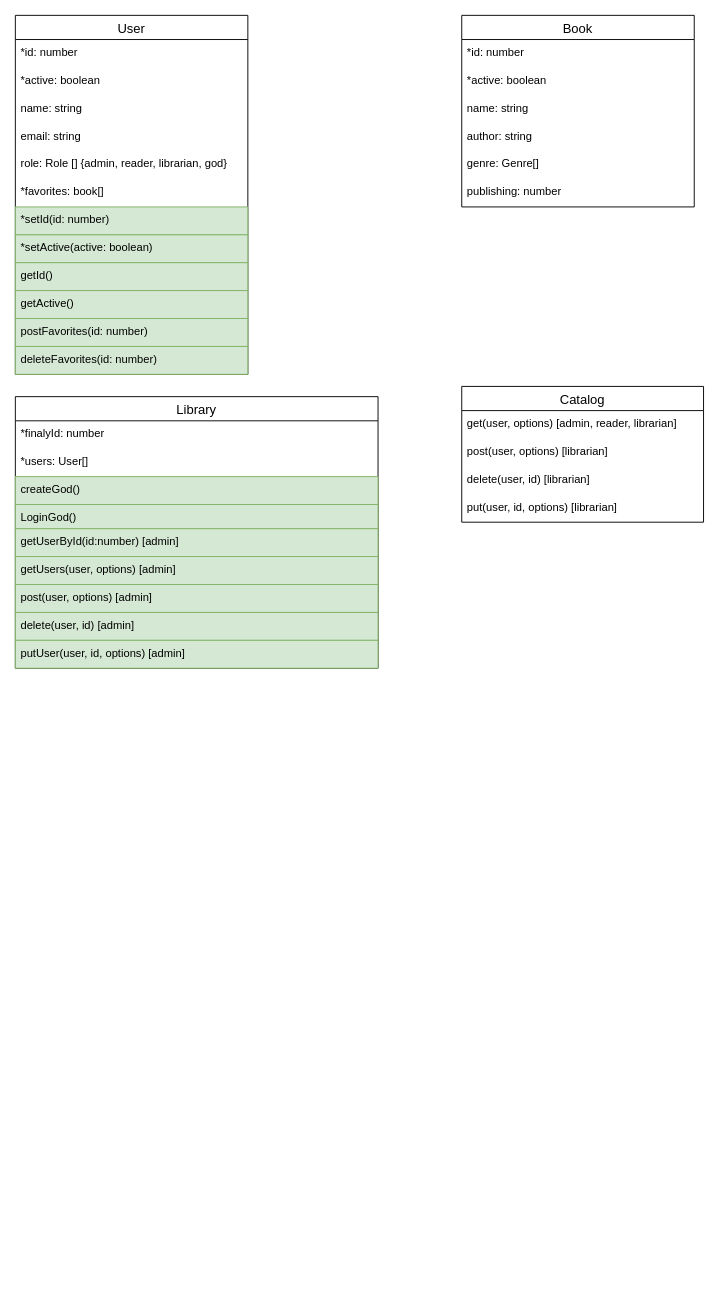
dsdred/MHHomeWork keeps this draw.io diagram as TS/Final/src/librarySchema.drawio. Above is the earlier version. Source tidied: cells renumbered, new cells numbered last; positions are measured from the earlier drawing's top-left corner, leaving out a move shared by most shapes. Both pictures are drawn from the tidied source at 93%, with x=0, y=0 at pixel (15, 15).
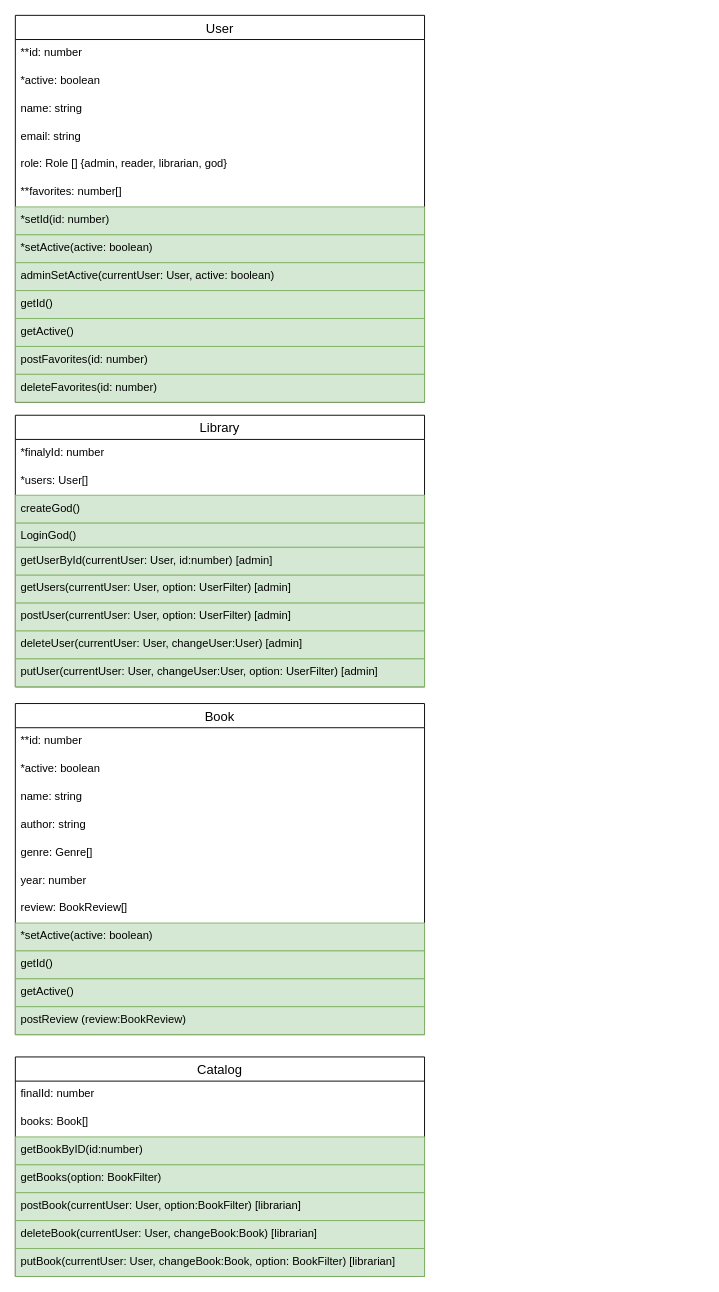
The same page after the edit.

Diff of the diagram source:
```diff
@@
     <mxCell id="2" value="User" style="swimlane;fontStyle=0;horizontal=1;startSize=26;align=center;fontSize=14;" parent="1" vertex="1">
-      <mxGeometry width="250" height="386" as="geometry" />
+      <mxGeometry width="440" height="416" as="geometry" />
     </mxCell>
-    <mxCell id="3" value="*id: number" style="text;strokeColor=none;fillColor=none;spacingLeft=4;spacingRight=4;overflow=hidden;fontSize=12;" parent="2" vertex="1">
-      <mxGeometry y="26" width="250" height="30" as="geometry" />
+    <mxCell id="3" value="**id: number" style="text;strokeColor=none;fillColor=none;spacingLeft=4;spacingRight=4;overflow=hidden;fontSize=12;" parent="2" vertex="1">
+      <mxGeometry y="26" width="440" height="30" as="geometry" />
     </mxCell>
     <mxCell id="4" value="*active: boolean" style="text;strokeColor=none;fillColor=none;spacingLeft=4;spacingRight=4;overflow=hidden;fontSize=12;" parent="2" vertex="1">
-      <mxGeometry y="56" width="250" height="30" as="geometry" />
+      <mxGeometry y="56" width="440" height="30" as="geometry" />
     </mxCell>
     <mxCell id="5" value="name: string" style="text;strokeColor=none;fillColor=none;spacingLeft=4;spacingRight=4;overflow=hidden;fontSize=12;" parent="2" vertex="1">
-      <mxGeometry y="86" width="250" height="30" as="geometry" />
+      <mxGeometry y="86" width="440" height="30" as="geometry" />
     </mxCell>
     <mxCell id="6" value="email: string" style="text;strokeColor=none;fillColor=none;spacingLeft=4;spacingRight=4;overflow=hidden;fontSize=12;" parent="2" vertex="1">
-      <mxGeometry y="116" width="250" height="30" as="geometry" />
+      <mxGeometry y="116" width="440" height="30" as="geometry" />
     </mxCell>
     <mxCell id="7" value="role: Role [] {admin, reader, librarian, god}" style="text;strokeColor=none;fillColor=none;spacingLeft=4;spacingRight=4;overflow=hidden;fontSize=12;" parent="2" vertex="1">
-      <mxGeometry y="146" width="250" height="30" as="geometry" />
+      <mxGeometry y="146" width="440" height="30" as="geometry" />
     </mxCell>
-    <mxCell id="8" value="*favorites: book[]" style="text;strokeColor=none;fillColor=none;spacingLeft=4;spacingRight=4;overflow=hidden;fontSize=12;" parent="2" vertex="1">
-      <mxGeometry y="176" width="250" height="30" as="geometry" />
+    <mxCell id="8" value="**favorites: number[]" style="text;strokeColor=none;fillColor=none;spacingLeft=4;spacingRight=4;overflow=hidden;fontSize=12;" parent="2" vertex="1">
+      <mxGeometry y="176" width="440" height="30" as="geometry" />
     </mxCell>
     <mxCell id="9" value="*setId(id: number)" style="text;strokeColor=#82b366;fillColor=#d5e8d4;spacingLeft=4;spacingRight=4;overflow=hidden;fontSize=12;" parent="2" vertex="1">
-      <mxGeometry y="206" width="250" height="30" as="geometry" />
+      <mxGeometry y="206" width="440" height="30" as="geometry" />
     </mxCell>
     <mxCell id="10" value="*setActive(active: boolean)" style="text;strokeColor=#82b366;fillColor=#d5e8d4;spacingLeft=4;spacingRight=4;overflow=hidden;fontSize=12;" parent="2" vertex="1">
-      <mxGeometry y="236" width="250" height="30" as="geometry" />
+      <mxGeometry y="236" width="440" height="30" as="geometry" />
     </mxCell>
+    <mxCell id="37" value="adminSetActive(currentUser: User, active: boolean)" style="text;strokeColor=#82b366;fillColor=#d5e8d4;spacingLeft=4;spacingRight=4;overflow=hidden;fontSize=12;" parent="2" vertex="1">
+      <mxGeometry y="266" width="440" height="30" as="geometry" />
+    </mxCell>
     <mxCell id="11" value="getId()" style="text;strokeColor=#82b366;fillColor=#d5e8d4;spacingLeft=4;spacingRight=4;overflow=hidden;fontSize=12;" parent="2" vertex="1">
-      <mxGeometry y="266" width="250" height="30" as="geometry" />
+      <mxGeometry y="296" width="440" height="30" as="geometry" />
     </mxCell>
     <mxCell id="12" value="getActive()" style="text;strokeColor=#82b366;fillColor=#d5e8d4;spacingLeft=4;spacingRight=4;overflow=hidden;fontSize=12;" parent="2" vertex="1">
-      <mxGeometry y="296" width="250" height="30" as="geometry" />
+      <mxGeometry y="326" width="440" height="30" as="geometry" />
     </mxCell>
     <mxCell id="13" value="postFavorites(id: number)" style="text;strokeColor=#82b366;fillColor=#d5e8d4;spacingLeft=4;spacingRight=4;overflow=hidden;fontSize=12;" parent="2" vertex="1">
-      <mxGeometry y="326" width="250" height="30" as="geometry" />
+      <mxGeometry y="356" width="440" height="30" as="geometry" />
     </mxCell>
     <mxCell id="14" value="deleteFavorites(id: number)" style="text;strokeColor=#82b366;fillColor=#d5e8d4;spacingLeft=4;spacingRight=4;overflow=hidden;fontSize=12;" parent="2" vertex="1">
-      <mxGeometry y="356" width="250" height="30" as="geometry" />
+      <mxGeometry y="386" width="440" height="30" as="geometry" />
     </mxCell>
     <mxCell id="15" value="Library" style="swimlane;fontStyle=0;horizontal=1;startSize=26;align=center;fontSize=14;" parent="1" vertex="1">
-      <mxGeometry y="410" width="390" height="292" as="geometry" />
+      <mxGeometry y="430" width="440" height="292" as="geometry" />
     </mxCell>
     <mxCell id="16" value="*finalyId: number" style="text;strokeColor=none;fillColor=none;spacingLeft=4;spacingRight=4;overflow=hidden;fontSize=12;" parent="15" vertex="1">
-      <mxGeometry y="26" width="390" height="30" as="geometry" />
+      <mxGeometry y="26" width="440" height="30" as="geometry" />
     </mxCell>
     <mxCell id="17" value="*users: User[]" style="text;strokeColor=none;fillColor=none;spacingLeft=4;spacingRight=4;overflow=hidden;fontSize=12;" parent="15" vertex="1">
-      <mxGeometry y="56" width="390" height="30" as="geometry" />
+      <mxGeometry y="56" width="440" height="30" as="geometry" />
     </mxCell>
     <mxCell id="18" value="createGod()" style="text;strokeColor=#82b366;fillColor=#d5e8d4;spacingLeft=4;spacingRight=4;overflow=hidden;fontSize=12;" parent="15" vertex="1">
-      <mxGeometry y="86" width="390" height="30" as="geometry" />
+      <mxGeometry y="86" width="440" height="30" as="geometry" />
     </mxCell>
     <mxCell id="19" value="LoginGod()" style="text;strokeColor=#82b366;fillColor=#d5e8d4;spacingLeft=4;spacingRight=4;overflow=hidden;fontSize=12;" parent="15" vertex="1">
-      <mxGeometry y="116" width="390" height="26" as="geometry" />
+      <mxGeometry y="116" width="440" height="26" as="geometry" />
     </mxCell>
-    <mxCell id="20" value="getUserById(id:number) [admin]" style="text;strokeColor=#82b366;fillColor=#d5e8d4;spacingLeft=4;spacingRight=4;overflow=hidden;fontSize=12;" parent="15" vertex="1">
-      <mxGeometry y="142" width="390" height="30" as="geometry" />
+    <mxCell id="20" value="getUserById(currentUser: User, id:number) [admin]" style="text;strokeColor=#82b366;fillColor=#d5e8d4;spacingLeft=4;spacingRight=4;overflow=hidden;fontSize=12;" parent="15" vertex="1">
+      <mxGeometry y="142" width="440" height="30" as="geometry" />
     </mxCell>
-    <mxCell id="21" value="getUsers(user, options) [admin]" style="text;strokeColor=#82b366;fillColor=#d5e8d4;spacingLeft=4;spacingRight=4;overflow=hidden;fontSize=12;" parent="15" vertex="1">
-      <mxGeometry y="172" width="390" height="30" as="geometry" />
+    <mxCell id="21" value="getUsers(currentUser: User, option: UserFilter) [admin]" style="text;strokeColor=#82b366;fillColor=#d5e8d4;spacingLeft=4;spacingRight=4;overflow=hidden;fontSize=12;" parent="15" vertex="1">
+      <mxGeometry y="172" width="440" height="30" as="geometry" />
     </mxCell>
-    <mxCell id="22" value="post(user, options) [admin]" style="text;strokeColor=#82b366;fillColor=#d5e8d4;spacingLeft=4;spacingRight=4;overflow=hidden;fontSize=12;" parent="15" vertex="1">
-      <mxGeometry y="202" width="390" height="30" as="geometry" />
+    <mxCell id="22" value="postUser(currentUser: User, option: UserFilter) [admin]" style="text;strokeColor=#82b366;fillColor=#d5e8d4;spacingLeft=4;spacingRight=4;overflow=hidden;fontSize=12;" parent="15" vertex="1">
+      <mxGeometry y="202" width="440" height="30" as="geometry" />
     </mxCell>
-    <mxCell id="23" value="delete(user, id) [admin]" style="text;strokeColor=#82b366;fillColor=#d5e8d4;spacingLeft=4;spacingRight=4;overflow=hidden;fontSize=12;" parent="15" vertex="1">
-      <mxGeometry y="232" width="390" height="30" as="geometry" />
+    <mxCell id="23" value="deleteUser(currentUser: User, changeUser:User) [admin]" style="text;strokeColor=#82b366;fillColor=#d5e8d4;spacingLeft=4;spacingRight=4;overflow=hidden;fontSize=12;" parent="15" vertex="1">
+      <mxGeometry y="232" width="440" height="30" as="geometry" />
     </mxCell>
-    <mxCell id="24" value="putUser(user, id, options) [admin]" style="text;strokeColor=#82b366;fillColor=#d5e8d4;spacingLeft=4;spacingRight=4;overflow=hidden;fontSize=12;" parent="15" vertex="1">
-      <mxGeometry y="262" width="390" height="30" as="geometry" />
+    <mxCell id="24" value="putUser(currentUser: User, changeUser:User, option: UserFilter) [admin]" style="text;strokeColor=#82b366;fillColor=#d5e8d4;spacingLeft=4;spacingRight=4;overflow=hidden;fontSize=12;" parent="15" vertex="1">
+      <mxGeometry y="262" width="440" height="30" as="geometry" />
     </mxCell>
     <mxCell id="25" value="Catalog" style="swimlane;fontStyle=0;horizontal=1;startSize=26;align=center;fontSize=14;" parent="1" vertex="1">
-      <mxGeometry x="480" y="399" width="260" height="146" as="geometry" />
+      <mxGeometry y="1120" width="440" height="236" as="geometry" />
     </mxCell>
+    <mxCell id="38" value="finalId: number" style="text;strokeColor=none;fillColor=none;spacingLeft=4;spacingRight=4;overflow=hidden;fontSize=12;" parent="25" vertex="1">
+      <mxGeometry y="26" width="440" height="30" as="geometry" />
+    </mxCell>
+    <mxCell id="39" value="books: Book[]" style="text;strokeColor=none;fillColor=none;spacingLeft=4;spacingRight=4;overflow=hidden;fontSize=12;" parent="25" vertex="1">
+      <mxGeometry y="56" width="440" height="30" as="geometry" />
+    </mxCell>
+    <mxCell id="40" value="getBookByID(id:number)" style="text;strokeColor=#82b366;fillColor=#d5e8d4;spacingLeft=4;spacingRight=4;overflow=hidden;fontSize=12;" parent="25" vertex="1">
+      <mxGeometry y="86" width="440" height="30" as="geometry" />
+    </mxCell>
-    <mxCell id="26" value="get(user, options) [admin, reader, librarian]" style="text;strokeColor=none;fillColor=none;spacingLeft=4;spacingRight=4;overflow=hidden;fontSize=12;" parent="25" vertex="1">
-      <mxGeometry y="26" width="260" height="30" as="geometry" />
+    <mxCell id="26" value="getBooks(option: BookFilter)" style="text;strokeColor=#82b366;fillColor=#d5e8d4;spacingLeft=4;spacingRight=4;overflow=hidden;fontSize=12;" parent="25" vertex="1">
+      <mxGeometry y="116" width="440" height="30" as="geometry" />
     </mxCell>
-    <mxCell id="27" value="post(user, options) [librarian]" style="text;strokeColor=none;fillColor=none;spacingLeft=4;spacingRight=4;overflow=hidden;fontSize=12;" parent="25" vertex="1">
-      <mxGeometry y="56" width="260" height="30" as="geometry" />
+    <mxCell id="27" value="postBook(currentUser: User, option:BookFilter) [librarian]" style="text;strokeColor=#82b366;fillColor=#d5e8d4;spacingLeft=4;spacingRight=4;overflow=hidden;fontSize=12;" parent="25" vertex="1">
+      <mxGeometry y="146" width="440" height="30" as="geometry" />
     </mxCell>
-    <mxCell id="28" value="delete(user, id) [librarian]" style="text;strokeColor=none;fillColor=none;spacingLeft=4;spacingRight=4;overflow=hidden;fontSize=12;" parent="25" vertex="1">
-      <mxGeometry y="86" width="260" height="30" as="geometry" />
+    <mxCell id="28" value="deleteBook(currentUser: User, changeBook:Book) [librarian]" style="text;strokeColor=#82b366;fillColor=#d5e8d4;spacingLeft=4;spacingRight=4;overflow=hidden;fontSize=12;" parent="25" vertex="1">
+      <mxGeometry y="176" width="440" height="30" as="geometry" />
     </mxCell>
-    <mxCell id="29" value="put(user, id, options) [librarian]" style="text;strokeColor=none;fillColor=none;spacingLeft=4;spacingRight=4;overflow=hidden;fontSize=12;" parent="25" vertex="1">
-      <mxGeometry y="116" width="260" height="30" as="geometry" />
+    <mxCell id="29" value="putBook(currentUser: User, changeBook:Book, option: BookFilter) [librarian]" style="text;strokeColor=#82b366;fillColor=#d5e8d4;spacingLeft=4;spacingRight=4;overflow=hidden;fontSize=12;" parent="25" vertex="1">
+      <mxGeometry y="206" width="440" height="30" as="geometry" />
     </mxCell>
     <mxCell id="30" value="Book" style="swimlane;fontStyle=0;horizontal=1;startSize=26;align=center;fontSize=14;" parent="1" vertex="1">
-      <mxGeometry x="480" width="250" height="206" as="geometry" />
+      <mxGeometry y="740" width="440" height="356" as="geometry" />
     </mxCell>
-    <mxCell id="31" value="*id: number" style="text;strokeColor=none;fillColor=none;spacingLeft=4;spacingRight=4;overflow=hidden;fontSize=12;" parent="30" vertex="1">
-      <mxGeometry y="26" width="250" height="30" as="geometry" />
+    <mxCell id="31" value="**id: number" style="text;strokeColor=none;fillColor=none;spacingLeft=4;spacingRight=4;overflow=hidden;fontSize=12;" parent="30" vertex="1">
+      <mxGeometry y="26" width="440" height="30" as="geometry" />
     </mxCell>
     <mxCell id="32" value="*active: boolean" style="text;strokeColor=none;fillColor=none;spacingLeft=4;spacingRight=4;overflow=hidden;fontSize=12;" parent="30" vertex="1">
-      <mxGeometry y="56" width="250" height="30" as="geometry" />
+      <mxGeometry y="56" width="440" height="30" as="geometry" />
     </mxCell>
     <mxCell id="33" value="name: string" style="text;strokeColor=none;fillColor=none;spacingLeft=4;spacingRight=4;overflow=hidden;fontSize=12;" parent="30" vertex="1">
-      <mxGeometry y="86" width="250" height="30" as="geometry" />
+      <mxGeometry y="86" width="440" height="30" as="geometry" />
     </mxCell>
     <mxCell id="34" value="author: string" style="text;strokeColor=none;fillColor=none;spacingLeft=4;spacingRight=4;overflow=hidden;fontSize=12;" parent="30" vertex="1">
-      <mxGeometry y="116" width="250" height="30" as="geometry" />
+      <mxGeometry y="116" width="440" height="30" as="geometry" />
     </mxCell>
     <mxCell id="35" value="genre: Genre[]" style="text;strokeColor=none;fillColor=none;spacingLeft=4;spacingRight=4;overflow=hidden;fontSize=12;" parent="30" vertex="1">
-      <mxGeometry y="146" width="250" height="30" as="geometry" />
+      <mxGeometry y="146" width="440" height="30" as="geometry" />
     </mxCell>
-    <mxCell id="36" value="publishing: number" style="text;strokeColor=none;fillColor=none;spacingLeft=4;spacingRight=4;overflow=hidden;fontSize=12;" parent="30" vertex="1">
-      <mxGeometry y="176" width="250" height="30" as="geometry" />
+    <mxCell id="36" value="year: number" style="text;strokeColor=none;fillColor=none;spacingLeft=4;spacingRight=4;overflow=hidden;fontSize=12;" parent="30" vertex="1">
+      <mxGeometry y="176" width="440" height="30" as="geometry" />
     </mxCell>
+    <mxCell id="41" value="review: BookReview[]" style="text;strokeColor=none;fillColor=none;spacingLeft=4;spacingRight=4;overflow=hidden;fontSize=12;" parent="30" vertex="1">
+      <mxGeometry y="206" width="440" height="30" as="geometry" />
+    </mxCell>
+    <mxCell id="42" value="*setActive(active: boolean)" style="text;strokeColor=#82b366;fillColor=#d5e8d4;spacingLeft=4;spacingRight=4;overflow=hidden;fontSize=12;" parent="30" vertex="1">
+      <mxGeometry y="236" width="440" height="30" as="geometry" />
+    </mxCell>
+    <mxCell id="43" value="getId()" style="text;strokeColor=#82b366;fillColor=#d5e8d4;spacingLeft=4;spacingRight=4;overflow=hidden;fontSize=12;" parent="30" vertex="1">
+      <mxGeometry y="266" width="440" height="30" as="geometry" />
+    </mxCell>
+    <mxCell id="44" value="getActive()" style="text;strokeColor=#82b366;fillColor=#d5e8d4;spacingLeft=4;spacingRight=4;overflow=hidden;fontSize=12;" parent="30" vertex="1">
+      <mxGeometry y="296" width="440" height="30" as="geometry" />
+    </mxCell>
+    <mxCell id="45" value="postReview (review:BookReview)" style="text;strokeColor=#82b366;fillColor=#d5e8d4;spacingLeft=4;spacingRight=4;overflow=hidden;fontSize=12;" parent="30" vertex="1">
+      <mxGeometry y="326" width="440" height="30" as="geometry" />
+    </mxCell>
```
